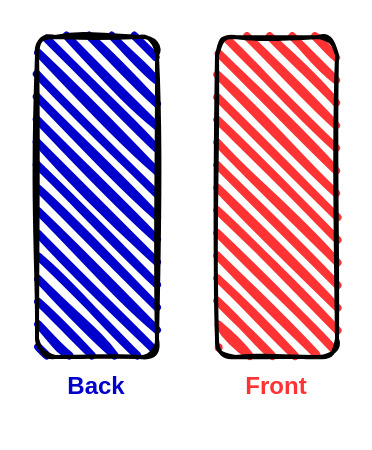
Above: page "back-front-layers-separation" (2 of 5) of courses/mfe-angular-elements/1-introduction/1-what-is-mfes/assets/what-is-mfes.drawio in wileymarques/posts (draw.io), before the change. Source tidied: cells renumbered, new cells numbered last; positions are measured from the earlier drawing's top-left corner, leaving out a move shared by most shapes. Both pictures are drawn from the tidied source at 200%, with x=0, y=0 at pixel (36, 36).
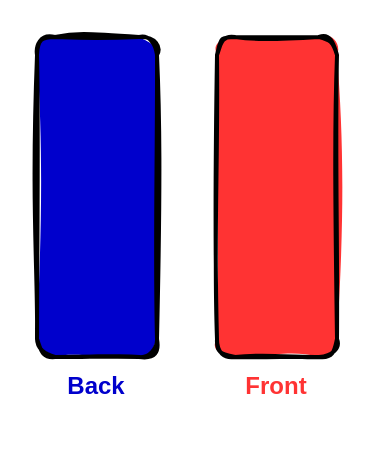
The same diagram, later.

Diff of the diagram source:
```diff
@@
 <mxGraphModel>
   <root>
     <mxCell id="0" />
     <mxCell id="1" parent="0" />
-    <mxCell id="2" style="rounded=1;whiteSpace=wrap;html=1;strokeWidth=2;fillWeight=4;hachureGap=8;hachureAngle=45;fillColor=#0000CC;sketch=1;glass=0;fillStyle=hachure;fontSize=14;fontColor=#FF3333;" parent="1" vertex="1">
+    <mxCell id="2" style="rounded=1;whiteSpace=wrap;html=1;strokeWidth=2;fillWeight=4;hachureGap=8;hachureAngle=45;fillColor=#0000CC;sketch=1;glass=0;fillStyle=solid;fontSize=14;fontColor=#FF3333;" parent="1" vertex="1">
       <mxGeometry width="60" height="160" as="geometry" />
     </mxCell>
-    <mxCell id="3" style="rounded=1;whiteSpace=wrap;html=1;strokeWidth=2;fillWeight=4;hachureGap=8;hachureAngle=45;fillColor=#FF3333;sketch=1;glass=0;fillStyle=hachure;fontSize=14;fontColor=#FF3333;" parent="1" vertex="1">
+    <mxCell id="3" style="rounded=1;whiteSpace=wrap;html=1;strokeWidth=2;fillWeight=4;hachureGap=8;hachureAngle=45;fillColor=#FF3333;sketch=1;glass=0;fillStyle=solid;fontSize=14;fontColor=#FF3333;" parent="1" vertex="1">
       <mxGeometry x="90" width="60" height="160" as="geometry" />
     </mxCell>
     <mxCell id="4" value="Back" style="text;html=1;strokeColor=none;fillColor=none;align=center;verticalAlign=middle;whiteSpace=wrap;rounded=0;dashed=1;strokeWidth=3;fontColor=#0000CC;fontStyle=1;" parent="1" vertex="1">
       <mxGeometry y="160" width="60" height="30" as="geometry" />
     </mxCell>
     <mxCell id="5" value="Front" style="text;html=1;strokeColor=none;fillColor=none;align=center;verticalAlign=middle;whiteSpace=wrap;rounded=0;dashed=1;strokeWidth=3;fontColor=#FF3333;fontStyle=1;" parent="1" vertex="1">
       <mxGeometry x="90" y="160" width="60" height="30" as="geometry" />
     </mxCell>
   </root>
 </mxGraphModel>
```
